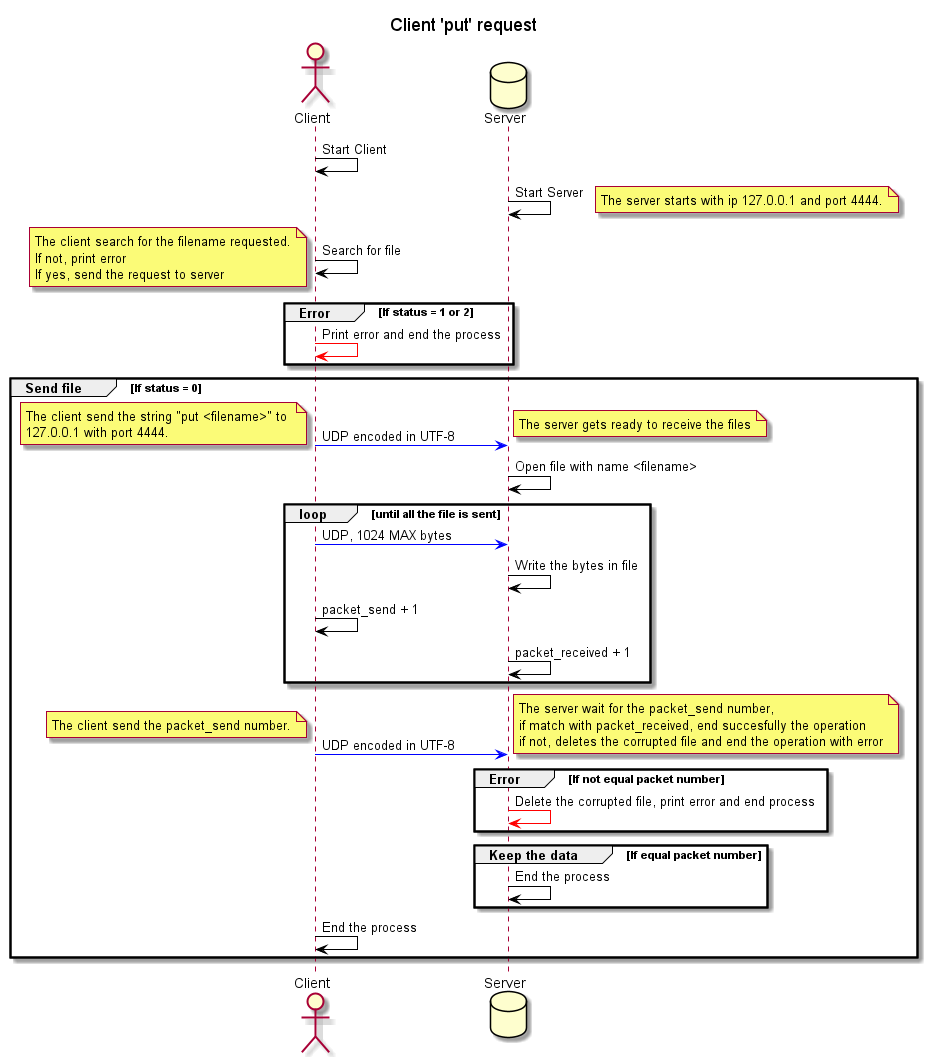
The PlantUML diagram UML/ClientPutUML.png in Zettaiki/Client-Server-UDP-file-transfer, before a commit. The source it was exported from:
```plantuml
@startuml ClientPutUML

title Client 'put' request

actor Client as Client
database Server as Server
Client -[#Black]> Client : Start Client
Server -[#Black]> Server : Start Server
note right
The server starts with ip 127.0.0.1 and port 4444.
end note
Client -[#Black]> Client  : Search for file
note left
The client search for the filename requested.
If not, print error
If yes, send the request to server
end note
group Error [If status = 1 or 2]
    Client -[#Red]> Client  : Print error and end the process
end
group Send file [If status = 0]
    Client -[#Blue]> Server : UDP encoded in UTF-8
    note left
    The client send the string "put <filename>" to
    127.0.0.1 with port 4444.
    end note
    note right
    The server gets ready to receive the files
    end note
    Server -[#Black]> Server : Open file with name <filename>
    loop until all the file is sent
        Client -[#Blue]> Server : UDP, 1024 MAX bytes
        Server -[#Black]> Server : Write the bytes in file
        Client -[#Black]> Client : packet_send + 1
        Server -[#Black]> Server : packet_received + 1
    end
    Client -[#Blue]> Server : UDP encoded in UTF-8
    note left
    The client send the packet_send number.
    end note
    note right
    The server wait for the packet_send number,
    if match with packet_received, end succesfully the operation
    if not, deletes the corrupted file and end the operation with error
    end note
    group Error [If not equal packet number]
    Server -[#Red]> Server : Delete the corrupted file, print error and end process
    end
    group Keep the data [If equal packet number]
    Server -[#Black]> Server : End the process
    end
    Client -[#Black]> Client : End the process
end

@enduml
```
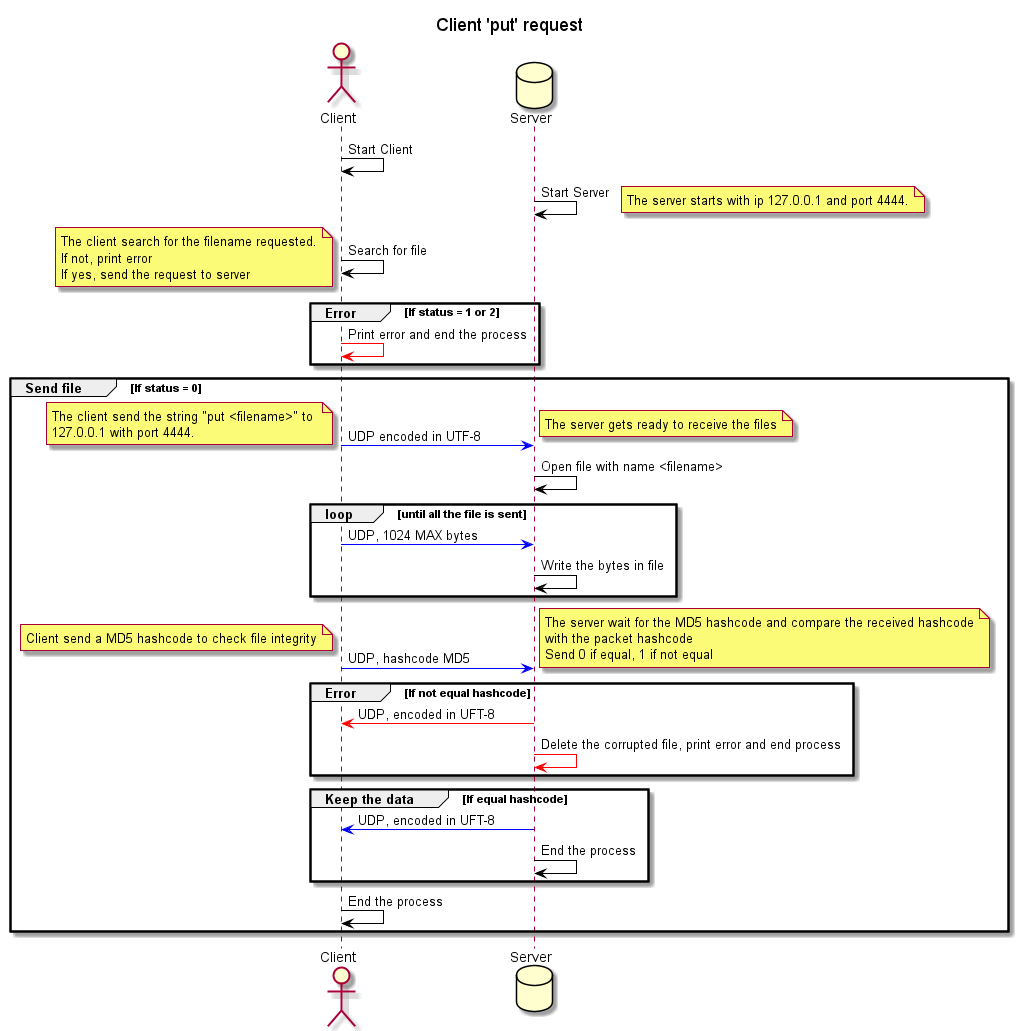
After the commit.

Change to the diagram source:
```diff
@@ -31,22 +31,22 @@
     loop until all the file is sent
         Client -[#Blue]> Server : UDP, 1024 MAX bytes
         Server -[#Black]> Server : Write the bytes in file
-        Client -[#Black]> Client : packet_send + 1
-        Server -[#Black]> Server : packet_received + 1
     end
-    Client -[#Blue]> Server : UDP encoded in UTF-8
+    Client -[#Blue]> Server : UDP, hashcode MD5
     note left
-    The client send the packet_send number.
+    Client send a MD5 hashcode to check file integrity
     end note
     note right
-    The server wait for the packet_send number,
-    if match with packet_received, end succesfully the operation
-    if not, deletes the corrupted file and end the operation with error
+    The server wait for the MD5 hashcode and compare the received hashcode
+    with the packet hashcode
+    Send 0 if equal, 1 if not equal
     end note
-    group Error [If not equal packet number]
+    group Error [If not equal hashcode]
+    Server -[#Red]> Client : UDP, encoded in UFT-8
     Server -[#Red]> Server : Delete the corrupted file, print error and end process
     end
-    group Keep the data [If equal packet number]
+    group Keep the data [If equal hashcode]
+    Server -[#Blue]> Client : UDP, encoded in UFT-8
     Server -[#Black]> Server : End the process
     end
     Client -[#Black]> Client : End the process
```
